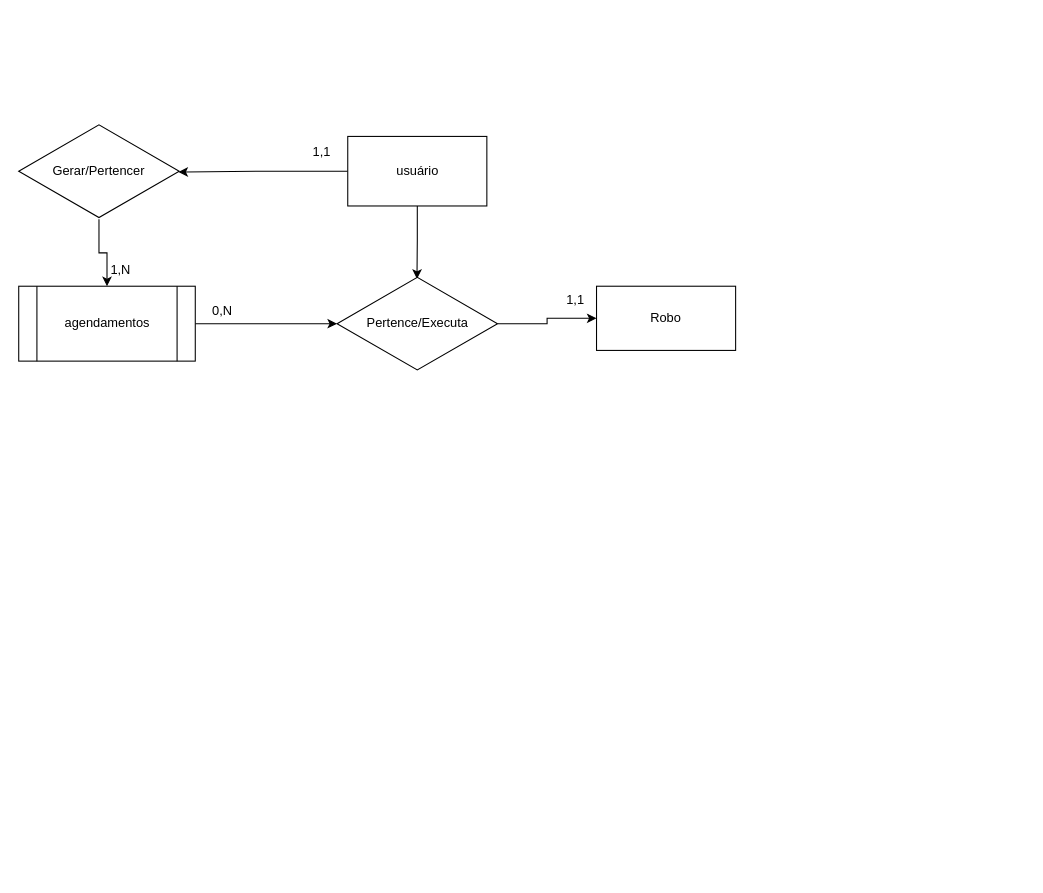
This is database/puppet_master.drawio from BrunodCreator/puppet_master, a draw.io file, before an edit. Source tidied: cells renumbered, new cells numbered last; positions are measured from the earlier drawing's top-left corner, leaving out a move shared by most shapes. Both pictures are drawn from the tidied source at 107%, with x=0, y=0 at pixel (18, 123).
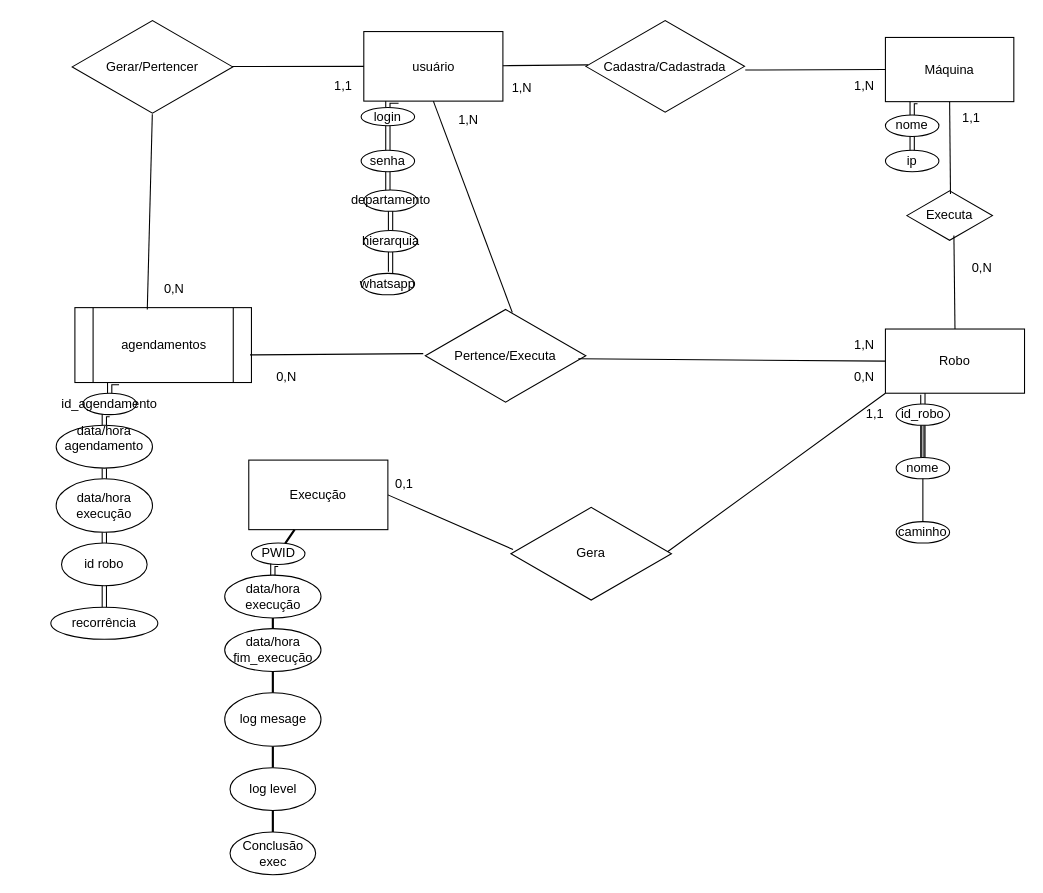
The same page after the edit.

Commit message:
Adicionando atributos ás entidades

Change to the diagram source:
```diff
@@
+    <mxCell id="16" style="edgeStyle=orthogonalEdgeStyle;shape=link;rounded=0;jettySize=auto;html=1;exitX=0.25;exitY=1;exitDx=0;exitDy=0;entryX=0.5;entryY=0;entryDx=0;entryDy=0;width=4;" parent="1" edge="1" source="2" target="54">
+      <mxGeometry relative="1" as="geometry" />
+    </mxCell>
+    <mxCell id="17" style="edgeStyle=none;shape=link;rounded=0;jettySize=auto;html=1;exitX=0;exitY=1;exitDx=0;exitDy=0;width=0;entryX=0.95;entryY=0.511;entryDx=0;entryDy=0;entryPerimeter=0;" parent="1" edge="1" source="2" target="65">
+      <mxGeometry relative="1" as="geometry" />
+    </mxCell>
     <mxCell id="2" value="Robo" style="rounded=0;whiteSpace=wrap;html=1;" parent="1" vertex="1">
-      <mxGeometry x="540" y="152" width="130" height="60" as="geometry" />
+      <mxGeometry x="810" y="192" width="130" height="60" as="geometry" />
     </mxCell>
-    <mxCell id="3" style="edgeStyle=orthogonalEdgeStyle;rounded=0;jettySize=auto;html=1;entryX=0.995;entryY=0.509;entryDx=0;entryDy=0;entryPerimeter=0;" parent="1" edge="1" source="5" target="11">
-      <mxGeometry relative="1" as="geometry" />
-    </mxCell>
-    <mxCell id="4" style="edgeStyle=orthogonalEdgeStyle;rounded=0;jettySize=auto;html=1;entryX=0.498;entryY=0.035;entryDx=0;entryDy=0;entryPerimeter=0;" parent="1" edge="1" source="5" target="9">
-      <mxGeometry relative="1" as="geometry" />
-    </mxCell>
+    <mxCell id="18" style="edgeStyle=orthogonalEdgeStyle;shape=link;rounded=0;jettySize=auto;html=1;exitX=0.25;exitY=1;exitDx=0;exitDy=0;entryX=0.5;entryY=0;entryDx=0;entryDy=0;" parent="1" edge="1" source="5" target="38">
+      <mxGeometry relative="1" as="geometry" />
+    </mxCell>
     <mxCell id="5" value="usuário" style="rounded=0;whiteSpace=wrap;html=1;" parent="1" vertex="1">
-      <mxGeometry x="307.5" y="12" width="130" height="65" as="geometry" />
+      <mxGeometry x="322.5" y="-86" width="130" height="65" as="geometry" />
     </mxCell>
-    <mxCell id="6" style="edgeStyle=orthogonalEdgeStyle;rounded=0;jettySize=auto;html=1;exitX=1;exitY=0.5;exitDx=0;exitDy=0;" parent="1" edge="1" source="7" target="9">
-      <mxGeometry relative="1" as="geometry" />
-    </mxCell>
+    <mxCell id="19" style="edgeStyle=orthogonalEdgeStyle;shape=link;rounded=0;jettySize=auto;html=1;exitX=0.25;exitY=1;exitDx=0;exitDy=0;entryX=0.5;entryY=0;entryDx=0;entryDy=0;" parent="1" edge="1" source="7" target="56">
+      <mxGeometry relative="1" as="geometry" />
+    </mxCell>
     <mxCell id="7" value="agendamentos" style="shape=process;whiteSpace=wrap;html=1;backgroundOutline=1;" parent="1" vertex="1">
-      <mxGeometry y="152" width="165" height="70" as="geometry" />
+      <mxGeometry x="52.5" y="172" width="165" height="70" as="geometry" />
     </mxCell>
-    <mxCell id="8" style="edgeStyle=orthogonalEdgeStyle;rounded=0;jettySize=auto;html=1;entryX=0;entryY=0.5;entryDx=0;entryDy=0;" parent="1" edge="1" source="9" target="2">
-      <mxGeometry relative="1" as="geometry" />
-    </mxCell>
     <mxCell id="9" value="Pertence/Executa" style="html=1;whiteSpace=wrap;shape=isoRectangle;" parent="1" vertex="1">
-      <mxGeometry x="297.5" y="142" width="150" height="90" as="geometry" />
+      <mxGeometry x="380" y="172" width="150" height="90" as="geometry" />
     </mxCell>
-    <mxCell id="10" style="edgeStyle=orthogonalEdgeStyle;rounded=0;jettySize=auto;html=1;" parent="1" edge="1" source="11" target="7">
-      <mxGeometry relative="1" as="geometry" />
-    </mxCell>
     <mxCell id="11" value="Gerar/Pertencer" style="html=1;whiteSpace=wrap;shape=isoRectangle;" parent="1" vertex="1">
-      <mxGeometry y="-0.5" width="150" height="90" as="geometry" />
+      <mxGeometry x="50" y="-98" width="150" height="90" as="geometry" />
     </mxCell>
-    <mxCell id="12" value="1,N" style="text;html=1;align=center;verticalAlign=middle;strokeColor=none;fillColor=none;" parent="1" vertex="1">
-      <mxGeometry x="75" y="122" width="40" height="30" as="geometry" />
+    <mxCell id="12" value="0,N" style="text;html=1;align=center;verticalAlign=middle;strokeColor=none;fillColor=none;" parent="1" vertex="1">
+      <mxGeometry x="125" y="140" width="40" height="30" as="geometry" />
     </mxCell>
     <mxCell id="13" value="1,1" style="text;html=1;align=center;verticalAlign=middle;strokeColor=none;fillColor=none;" parent="1" vertex="1">
-      <mxGeometry x="262.5" y="12" width="40" height="30" as="geometry" />
+      <mxGeometry x="282.5" y="-50.5" width="40" height="30" as="geometry" />
     </mxCell>
     <mxCell id="14" value="0,N" style="text;html=1;align=center;verticalAlign=middle;strokeColor=none;fillColor=none;" parent="1" vertex="1">
-      <mxGeometry x="170" y="160" width="40" height="30" as="geometry" />
+      <mxGeometry x="230" y="222" width="40" height="30" as="geometry" />
     </mxCell>
-    <mxCell id="15" value="1,1" style="text;html=1;align=center;verticalAlign=middle;strokeColor=none;fillColor=none;" parent="1" vertex="1">
-      <mxGeometry x="500" y="150" width="40" height="30" as="geometry" />
+    <mxCell id="15" value="1,N" style="text;html=1;align=center;verticalAlign=middle;strokeColor=none;fillColor=none;" parent="1" vertex="1">
+      <mxGeometry x="770" y="192" width="40" height="30" as="geometry" />
     </mxCell>
+    <mxCell id="20" style="edgeStyle=orthogonalEdgeStyle;shape=link;rounded=0;jettySize=auto;html=1;exitX=0.25;exitY=1;exitDx=0;exitDy=0;entryX=0.5;entryY=0;entryDx=0;entryDy=0;" parent="1" edge="1" source="21" target="47">
+      <mxGeometry relative="1" as="geometry" />
+    </mxCell>
+    <mxCell id="21" value="Máquina" style="rounded=0;whiteSpace=wrap;html=1;" parent="1" vertex="1">
+      <mxGeometry x="810" y="-80.5" width="120" height="60" as="geometry" />
+    </mxCell>
+    <mxCell id="22" value="Cadastra/Cadastrada" style="html=1;whiteSpace=wrap;shape=isoRectangle;" parent="1" vertex="1">
+      <mxGeometry x="530" y="-98" width="148.3" height="89" as="geometry" />
+    </mxCell>
+    <mxCell id="23" style="endArrow=none;html=1;rounded=0;exitX=0.995;exitY=0.496;exitDx=0;exitDy=0;exitPerimeter=0;entryX=0;entryY=0.5;entryDx=0;entryDy=0;" parent="1" edge="1" source="11" target="5">
+      <mxGeometry relative="1" as="geometry" />
+    </mxCell>
+    <mxCell id="24" style="endArrow=none;html=1;rounded=0;entryX=0.499;entryY=0.993;entryDx=0;entryDy=0;entryPerimeter=0;exitX=0.41;exitY=0.026;exitDx=0;exitDy=0;exitPerimeter=0;" parent="1" edge="1" source="7" target="11">
+      <mxGeometry relative="1" as="geometry" />
+    </mxCell>
+    <mxCell id="8" style="endArrow=none;html=1;rounded=0;entryX=0;entryY=0.5;entryDx=0;entryDy=0;exitX=0.953;exitY=0.531;exitDx=0;exitDy=0;exitPerimeter=0;" parent="1" edge="1" source="9" target="2">
+      <mxGeometry relative="1" as="geometry" />
+    </mxCell>
+    <mxCell id="6" style="endArrow=none;html=1;rounded=0;exitX=0.992;exitY=0.631;exitDx=0;exitDy=0;exitPerimeter=0;entryX=-0.013;entryY=0.478;entryDx=0;entryDy=0;entryPerimeter=0;" parent="1" edge="1" source="7" target="9">
+      <mxGeometry relative="1" as="geometry" />
+    </mxCell>
+    <mxCell id="25" style="endArrow=none;html=1;rounded=0;exitX=0.542;exitY=0.051;exitDx=0;exitDy=0;exitPerimeter=0;entryX=0.5;entryY=1;entryDx=0;entryDy=0;" parent="1" edge="1" source="9" target="5">
+      <mxGeometry relative="1" as="geometry" />
+    </mxCell>
+    <mxCell id="26" style="endArrow=none;html=1;rounded=0;entryX=0.015;entryY=0.485;entryDx=0;entryDy=0;entryPerimeter=0;" parent="1" edge="1" source="5" target="22">
+      <mxGeometry relative="1" as="geometry" />
+    </mxCell>
+    <mxCell id="27" style="endArrow=none;html=1;rounded=0;exitX=0;exitY=0.5;exitDx=0;exitDy=0;" parent="1" edge="1" source="21">
+      <mxGeometry relative="1" as="geometry">
+        <mxPoint x="679" y="-50" as="targetPoint" />
+      </mxGeometry>
+    </mxCell>
+    <mxCell id="28" value="Executa" style="html=1;whiteSpace=wrap;shape=isoRectangle;" parent="1" vertex="1">
+      <mxGeometry x="830" y="62" width="80" height="48" as="geometry" />
+    </mxCell>
+    <mxCell id="29" style="endArrow=none;html=1;rounded=0;entryX=0.5;entryY=1;entryDx=0;entryDy=0;exitX=0.51;exitY=0.079;exitDx=0;exitDy=0;exitPerimeter=0;" parent="1" edge="1" source="28" target="21">
+      <mxGeometry relative="1" as="geometry" />
+    </mxCell>
+    <mxCell id="30" style="endArrow=none;html=1;rounded=0;exitX=0.5;exitY=0;exitDx=0;exitDy=0;entryX=0.55;entryY=0.888;entryDx=0;entryDy=0;entryPerimeter=0;" parent="1" edge="1" source="2" target="28">
+      <mxGeometry relative="1" as="geometry" />
+    </mxCell>
+    <mxCell id="31" value="0,N" style="text;html=1;align=center;verticalAlign=middle;strokeColor=none;fillColor=none;" parent="1" vertex="1">
+      <mxGeometry x="770" y="222" width="40" height="30" as="geometry" />
+    </mxCell>
+    <mxCell id="32" value="1,N" style="text;html=1;align=center;verticalAlign=middle;strokeColor=none;fillColor=none;" parent="1" vertex="1">
+      <mxGeometry x="770" y="-50.5" width="40" height="30" as="geometry" />
+    </mxCell>
+    <mxCell id="33" value="1,N" style="text;html=1;align=center;verticalAlign=middle;strokeColor=none;fillColor=none;" parent="1" vertex="1">
+      <mxGeometry x="450" y="-48" width="40" height="30" as="geometry" />
+    </mxCell>
+    <mxCell id="34" value="0,N" style="text;html=1;align=center;verticalAlign=middle;strokeColor=none;fillColor=none;" parent="1" vertex="1">
+      <mxGeometry x="880" y="120" width="40" height="30" as="geometry" />
+    </mxCell>
+    <mxCell id="35" value="1,1" style="text;html=1;align=center;verticalAlign=middle;strokeColor=none;fillColor=none;" parent="1" vertex="1">
+      <mxGeometry x="870" y="-20" width="40" height="30" as="geometry" />
+    </mxCell>
+    <mxCell id="36" value="1,N" style="text;html=1;align=center;verticalAlign=middle;strokeColor=none;fillColor=none;" parent="1" vertex="1">
+      <mxGeometry x="400" y="-18" width="40" height="30" as="geometry" />
+    </mxCell>
+    <mxCell id="37" style="edgeStyle=orthogonalEdgeStyle;shape=link;rounded=0;jettySize=auto;html=1;entryX=0.5;entryY=0;entryDx=0;entryDy=0;" parent="1" edge="1" source="38" target="40">
+      <mxGeometry relative="1" as="geometry" />
+    </mxCell>
+    <mxCell id="38" value="login" style="ellipse;whiteSpace=wrap;html=1;" parent="1" vertex="1">
+      <mxGeometry x="320" y="-15" width="50" height="17" as="geometry" />
+    </mxCell>
+    <mxCell id="39" style="edgeStyle=orthogonalEdgeStyle;shape=link;rounded=0;jettySize=auto;html=1;entryX=0.5;entryY=0;entryDx=0;entryDy=0;" parent="1" edge="1" source="40" target="42">
+      <mxGeometry relative="1" as="geometry" />
+    </mxCell>
+    <mxCell id="40" value="senha" style="ellipse;whiteSpace=wrap;html=1;" parent="1" vertex="1">
+      <mxGeometry x="320" y="25" width="50" height="20" as="geometry" />
+    </mxCell>
+    <mxCell id="41" style="edgeStyle=orthogonalEdgeStyle;shape=link;rounded=0;jettySize=auto;html=1;entryX=0.5;entryY=0;entryDx=0;entryDy=0;" parent="1" edge="1" source="42" target="44">
+      <mxGeometry relative="1" as="geometry" />
+    </mxCell>
+    <mxCell id="42" value="departamento" style="ellipse;whiteSpace=wrap;html=1;" parent="1" vertex="1">
+      <mxGeometry x="322.5" y="62" width="50" height="20" as="geometry" />
+    </mxCell>
+    <mxCell id="43" style="edgeStyle=orthogonalEdgeStyle;shape=link;rounded=0;jettySize=auto;html=1;entryX=0.5;entryY=0;entryDx=0;entryDy=0;" parent="1" edge="1" source="44" target="45">
+      <mxGeometry relative="1" as="geometry" />
+    </mxCell>
+    <mxCell id="44" value="hierarquia" style="ellipse;whiteSpace=wrap;html=1;" parent="1" vertex="1">
+      <mxGeometry x="322.5" y="100" width="50" height="20" as="geometry" />
+    </mxCell>
+    <mxCell id="45" value="whatsapp" style="ellipse;whiteSpace=wrap;html=1;" parent="1" vertex="1">
+      <mxGeometry x="320" y="140" width="50" height="20" as="geometry" />
+    </mxCell>
+    <mxCell id="46" style="edgeStyle=orthogonalEdgeStyle;shape=link;rounded=0;jettySize=auto;html=1;entryX=0.5;entryY=0;entryDx=0;entryDy=0;" parent="1" edge="1" source="47" target="48">
+      <mxGeometry relative="1" as="geometry" />
+    </mxCell>
+    <mxCell id="47" value="nome" style="ellipse;whiteSpace=wrap;html=1;" parent="1" vertex="1">
+      <mxGeometry x="810" y="-8" width="50" height="20" as="geometry" />
+    </mxCell>
+    <mxCell id="48" value="ip" style="ellipse;whiteSpace=wrap;html=1;" parent="1" vertex="1">
+      <mxGeometry x="810" y="25" width="50" height="20" as="geometry" />
+    </mxCell>
+    <mxCell id="49" style="edgeStyle=orthogonalEdgeStyle;shape=link;rounded=0;jettySize=auto;html=1;entryX=0.5;entryY=1;entryDx=0;entryDy=0;" parent="1" edge="1" source="51" target="54">
+      <mxGeometry relative="1" as="geometry" />
+    </mxCell>
+    <mxCell id="50" style="edgeStyle=orthogonalEdgeStyle;shape=link;rounded=0;jettySize=auto;html=1;width=-2;" parent="1" edge="1" source="51" target="54">
+      <mxGeometry relative="1" as="geometry" />
+    </mxCell>
+    <mxCell id="51" value="nome" style="ellipse;whiteSpace=wrap;html=1;" parent="1" vertex="1">
+      <mxGeometry x="820" y="312" width="50" height="20" as="geometry" />
+    </mxCell>
+    <mxCell id="52" style="edgeStyle=orthogonalEdgeStyle;shape=link;rounded=0;jettySize=auto;html=1;entryX=0.5;entryY=1;entryDx=0;entryDy=0;width=0;" parent="1" edge="1" source="53" target="51">
+      <mxGeometry relative="1" as="geometry" />
+    </mxCell>
+    <mxCell id="53" value="caminho" style="ellipse;whiteSpace=wrap;html=1;" parent="1" vertex="1">
+      <mxGeometry x="820" y="372" width="50" height="20" as="geometry" />
+    </mxCell>
+    <mxCell id="54" value="id_robo" style="ellipse;whiteSpace=wrap;html=1;" parent="1" vertex="1">
+      <mxGeometry x="820" y="262" width="50" height="20" as="geometry" />
+    </mxCell>
+    <mxCell id="55" style="edgeStyle=orthogonalEdgeStyle;shape=link;rounded=0;jettySize=auto;html=1;exitX=0.5;exitY=1;exitDx=0;exitDy=0;entryX=0.5;entryY=0;entryDx=0;entryDy=0;" parent="1" edge="1" source="56" target="58">
+      <mxGeometry relative="1" as="geometry" />
+    </mxCell>
+    <mxCell id="56" value="id_agendamento" style="ellipse;whiteSpace=wrap;html=1;" parent="1" vertex="1">
+      <mxGeometry x="60" y="252" width="50" height="20" as="geometry" />
+    </mxCell>
+    <mxCell id="57" style="edgeStyle=orthogonalEdgeStyle;shape=link;rounded=0;jettySize=auto;html=1;exitX=0.5;exitY=1;exitDx=0;exitDy=0;entryX=0.5;entryY=0;entryDx=0;entryDy=0;" parent="1" edge="1" source="58" target="60">
+      <mxGeometry relative="1" as="geometry" />
+    </mxCell>
+    <mxCell id="58" value="data/hora agendamento&lt;div&gt;&lt;br&gt;&lt;/div&gt;" style="ellipse;whiteSpace=wrap;html=1;" parent="1" vertex="1">
+      <mxGeometry x="35" y="282" width="90" height="40" as="geometry" />
+    </mxCell>
+    <mxCell id="59" style="edgeStyle=orthogonalEdgeStyle;shape=link;rounded=0;jettySize=auto;html=1;exitX=0.5;exitY=1;exitDx=0;exitDy=0;entryX=0.5;entryY=0;entryDx=0;entryDy=0;" parent="1" edge="1" source="60" target="61">
+      <mxGeometry relative="1" as="geometry" />
+    </mxCell>
+    <mxCell id="60" value="data/hora execução" style="ellipse;whiteSpace=wrap;html=1;" parent="1" vertex="1">
+      <mxGeometry x="35" y="332" width="90" height="50" as="geometry" />
+    </mxCell>
+    <mxCell id="61" value="&lt;div&gt;id robo&lt;/div&gt;" style="ellipse;whiteSpace=wrap;html=1;" parent="1" vertex="1">
+      <mxGeometry x="40" y="392" width="80" height="40" as="geometry" />
+    </mxCell>
+    <mxCell id="62" style="edgeStyle=orthogonalEdgeStyle;shape=link;rounded=0;jettySize=auto;html=1;exitX=0.5;exitY=0;exitDx=0;exitDy=0;entryX=0.5;entryY=1;entryDx=0;entryDy=0;" parent="1" edge="1" source="63" target="61">
+      <mxGeometry relative="1" as="geometry" />
+    </mxCell>
+    <mxCell id="63" value="recorrência" style="ellipse;whiteSpace=wrap;html=1;" parent="1" vertex="1">
+      <mxGeometry x="30" y="452" width="100" height="30" as="geometry" />
+    </mxCell>
+    <mxCell id="64" style="edgeStyle=none;shape=link;rounded=0;jettySize=auto;html=1;width=0;entryX=1;entryY=0.5;entryDx=0;entryDy=0;exitX=0.013;exitY=0.456;exitDx=0;exitDy=0;exitPerimeter=0;" parent="1" edge="1" source="65" target="66">
+      <mxGeometry relative="1" as="geometry" />
+    </mxCell>
+    <mxCell id="65" value="Gera" style="html=1;whiteSpace=wrap;shape=isoRectangle;" parent="1" vertex="1">
+      <mxGeometry x="460" y="357" width="150" height="90" as="geometry" />
+    </mxCell>
+    <mxCell id="66" value="Execução" style="rounded=0;whiteSpace=wrap;html=1;" parent="1" vertex="1">
+      <mxGeometry x="215" y="314.5" width="130" height="65" as="geometry" />
+    </mxCell>
+    <mxCell id="67" style="edgeStyle=orthogonalEdgeStyle;shape=link;rounded=0;jettySize=auto;html=1;exitX=0.5;exitY=1;exitDx=0;exitDy=0;entryX=0.5;entryY=0;entryDx=0;entryDy=0;" parent="1" edge="1" source="69" target="71">
+      <mxGeometry relative="1" as="geometry" />
+    </mxCell>
+    <mxCell id="68" style="edgeStyle=none;shape=link;rounded=0;jettySize=auto;html=1;width=1;" parent="1" edge="1" source="69" target="66">
+      <mxGeometry relative="1" as="geometry" />
+    </mxCell>
+    <mxCell id="69" value="PWID" style="ellipse;whiteSpace=wrap;html=1;" parent="1" vertex="1">
+      <mxGeometry x="217.5" y="392" width="50" height="20" as="geometry" />
+    </mxCell>
+    <mxCell id="70" style="edgeStyle=none;shape=link;rounded=0;jettySize=auto;html=1;exitX=0.5;exitY=1;exitDx=0;exitDy=0;width=1;" parent="1" edge="1" source="71" target="80">
+      <mxGeometry relative="1" as="geometry" />
+    </mxCell>
+    <mxCell id="71" value="data/hora execução" style="ellipse;whiteSpace=wrap;html=1;" parent="1" vertex="1">
+      <mxGeometry x="192.5" y="422" width="90" height="40" as="geometry" />
+    </mxCell>
+    <mxCell id="72" style="edgeStyle=orthogonalEdgeStyle;shape=link;rounded=0;jettySize=auto;html=1;exitX=0.5;exitY=1;exitDx=0;exitDy=0;entryX=0.5;entryY=0;entryDx=0;entryDy=0;width=1;" parent="1" edge="1" source="73" target="74">
+      <mxGeometry relative="1" as="geometry" />
+    </mxCell>
+    <mxCell id="73" value="log mesage" style="ellipse;whiteSpace=wrap;html=1;" parent="1" vertex="1">
+      <mxGeometry x="192.5" y="532" width="90" height="50" as="geometry" />
+    </mxCell>
+    <mxCell id="74" value="&lt;div&gt;log level&lt;/div&gt;" style="ellipse;whiteSpace=wrap;html=1;" parent="1" vertex="1">
+      <mxGeometry x="197.5" y="602" width="80" height="40" as="geometry" />
+    </mxCell>
+    <mxCell id="75" style="edgeStyle=orthogonalEdgeStyle;shape=link;rounded=0;jettySize=auto;html=1;exitX=0.5;exitY=0;exitDx=0;exitDy=0;entryX=0.5;entryY=1;entryDx=0;entryDy=0;width=-1;" parent="1" edge="1" source="76" target="74">
+      <mxGeometry relative="1" as="geometry" />
+    </mxCell>
+    <mxCell id="76" value="Conclusão exec" style="ellipse;whiteSpace=wrap;html=1;" parent="1" vertex="1">
+      <mxGeometry x="197.5" y="662" width="80" height="40" as="geometry" />
+    </mxCell>
+    <mxCell id="77" value="0,1" style="text;html=1;align=center;verticalAlign=middle;strokeColor=none;fillColor=none;" parent="1" vertex="1">
+      <mxGeometry x="340" y="322" width="40" height="30" as="geometry" />
+    </mxCell>
+    <mxCell id="78" value="1,1" style="text;html=1;align=center;verticalAlign=middle;strokeColor=none;fillColor=none;" parent="1" vertex="1">
+      <mxGeometry x="780" y="257" width="40" height="30" as="geometry" />
+    </mxCell>
+    <mxCell id="79" style="edgeStyle=none;shape=link;rounded=0;jettySize=auto;html=1;entryX=0.5;entryY=0;entryDx=0;entryDy=0;width=-1;" parent="1" edge="1" source="80" target="73">
+      <mxGeometry relative="1" as="geometry" />
+    </mxCell>
+    <mxCell id="80" value="data/hora fim_execução" style="ellipse;whiteSpace=wrap;html=1;" parent="1" vertex="1">
+      <mxGeometry x="192.5" y="472" width="90" height="40" as="geometry" />
+    </mxCell>
```
